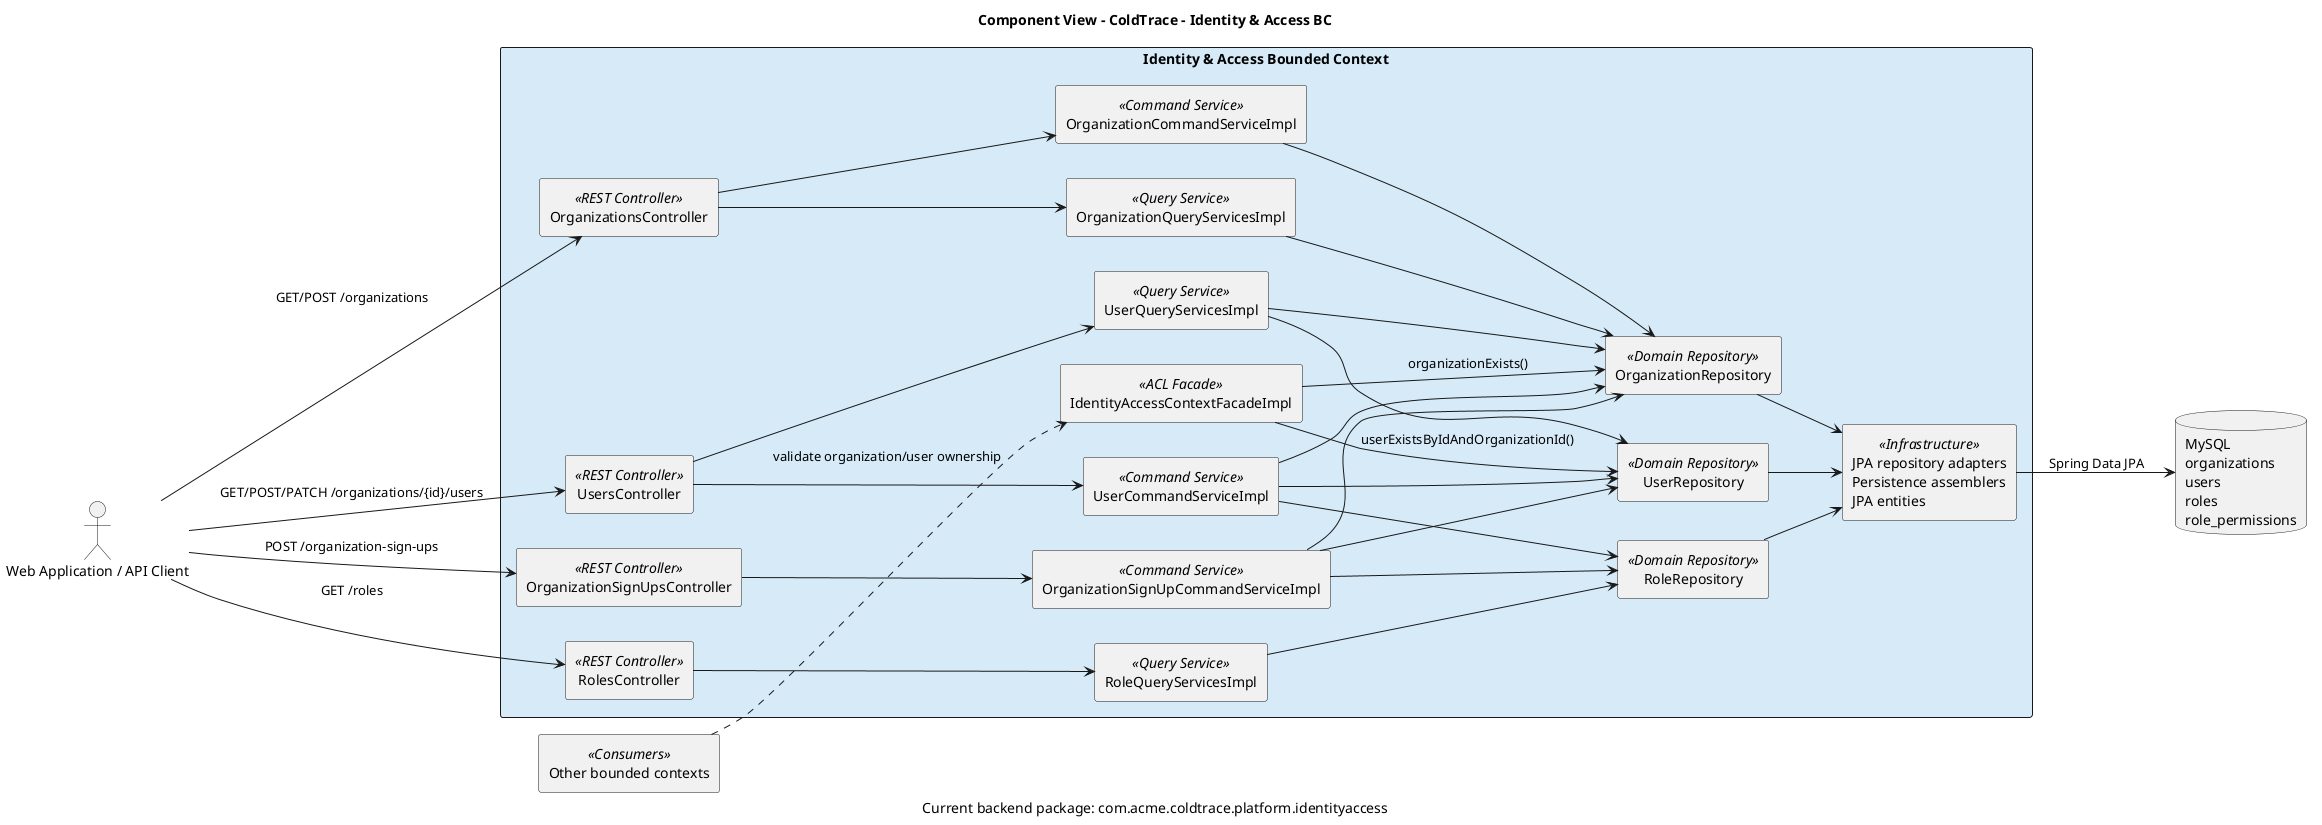
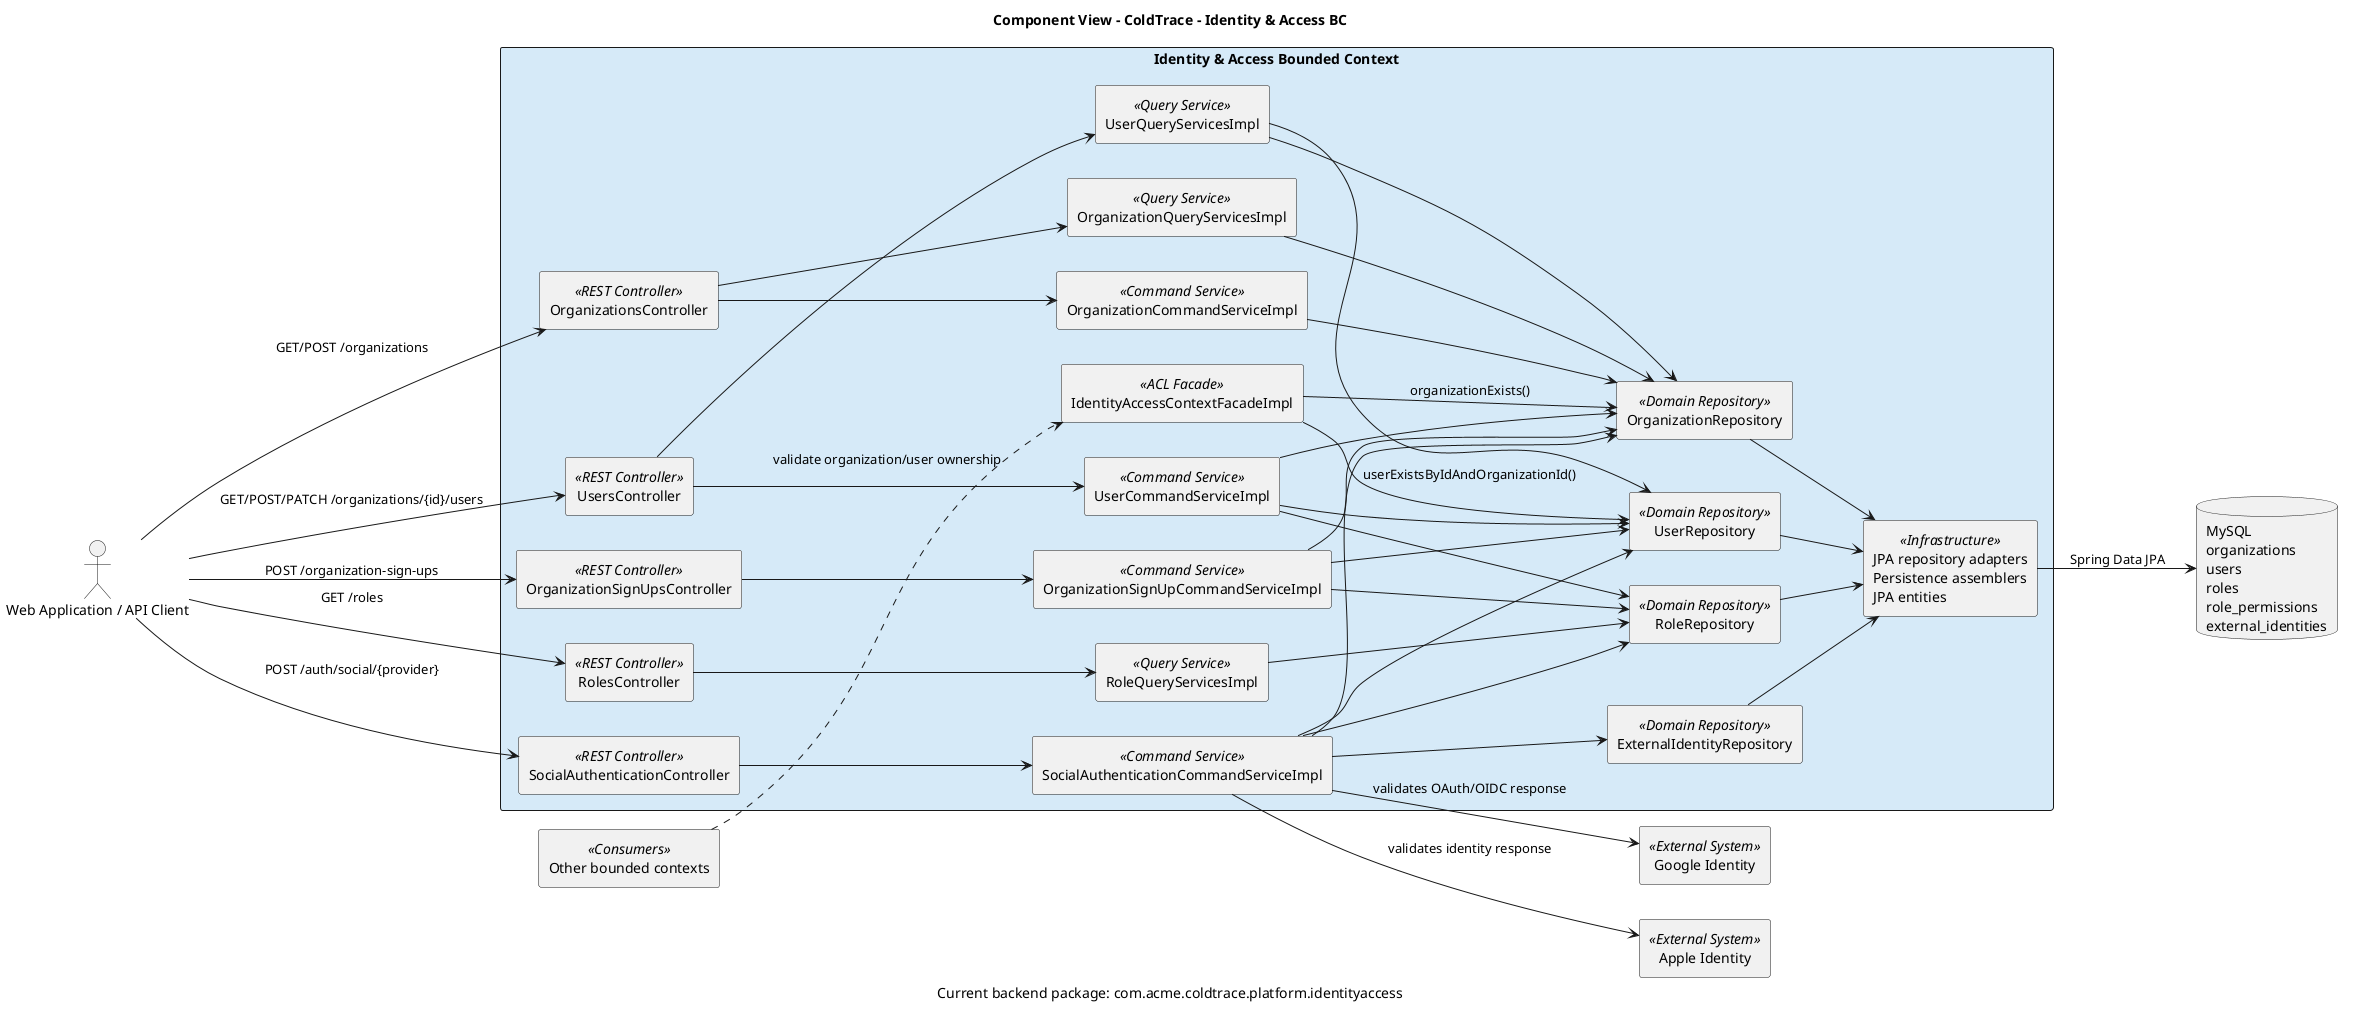
@startuml

title Component View - ColdTrace - Identity & Access BC
caption Current backend package: com.acme.coldtrace.platform.identityaccess

left to right direction
skinparam componentStyle rectangle
skinparam packageStyle rectangle
skinparam shadowing false

actor "Web Application / API Client" as client
- database "MySQL\norganizations\nusers\nroles\nrole_permissions" as db
+ component "Google Identity" as google_identity <<External System>>
+ component "Apple Identity" as apple_identity <<External System>>
+ database "MySQL\norganizations\nusers\nroles\nrole_permissions\nexternal_identities" as db

package "Identity & Access Bounded Context" #D6EAF8 {

  [OrganizationSignUpsController] <<REST Controller>> as signup_ctrl
+   [SocialAuthenticationController] <<REST Controller>> as social_ctrl
  [OrganizationsController] <<REST Controller>> as org_ctrl
  [UsersController] <<REST Controller>> as users_ctrl
  [RolesController] <<REST Controller>> as roles_ctrl

  [OrganizationSignUpCommandServiceImpl] <<Command Service>> as signup_cmd
+   [SocialAuthenticationCommandServiceImpl] <<Command Service>> as social_cmd
  [OrganizationCommandServiceImpl] <<Command Service>> as org_cmd
  [UserCommandServiceImpl] <<Command Service>> as user_cmd

  [OrganizationQueryServicesImpl] <<Query Service>> as org_query
  [UserQueryServicesImpl] <<Query Service>> as user_query
  [RoleQueryServicesImpl] <<Query Service>> as role_query

  [IdentityAccessContextFacadeImpl] <<ACL Facade>> as identity_facade

  [OrganizationRepository] <<Domain Repository>> as org_repo
  [UserRepository] <<Domain Repository>> as user_repo
+   [ExternalIdentityRepository] <<Domain Repository>> as external_identity_repo
  [RoleRepository] <<Domain Repository>> as role_repo

  [JPA repository adapters\nPersistence assemblers\nJPA entities] <<Infrastructure>> as persistence
}

component "Other bounded contexts" as other_bcs <<Consumers>>

client --> signup_ctrl : POST /organization-sign-ups
+ client --> social_ctrl : POST /auth/social/{provider}
client --> org_ctrl : GET/POST /organizations
client --> users_ctrl : GET/POST/PATCH /organizations/{id}/users
client --> roles_ctrl : GET /roles

signup_ctrl --> signup_cmd
+ social_ctrl --> social_cmd
org_ctrl --> org_cmd
org_ctrl --> org_query
users_ctrl --> user_cmd
users_ctrl --> user_query
roles_ctrl --> role_query

signup_cmd --> org_repo
signup_cmd --> user_repo
signup_cmd --> role_repo
+ social_cmd --> google_identity : validates OAuth/OIDC response
+ social_cmd --> apple_identity : validates identity response
+ social_cmd --> external_identity_repo
+ social_cmd --> user_repo
+ social_cmd --> org_repo
+ social_cmd --> role_repo
org_cmd --> org_repo
org_query --> org_repo
user_cmd --> user_repo
user_cmd --> org_repo
user_cmd --> role_repo
user_query --> user_repo
user_query --> org_repo
role_query --> role_repo

identity_facade --> org_repo : organizationExists()
identity_facade --> user_repo : userExistsByIdAndOrganizationId()
other_bcs ..> identity_facade : validate organization/user ownership

org_repo --> persistence
user_repo --> persistence
+ external_identity_repo --> persistence
role_repo --> persistence
persistence --> db : Spring Data JPA

@enduml
